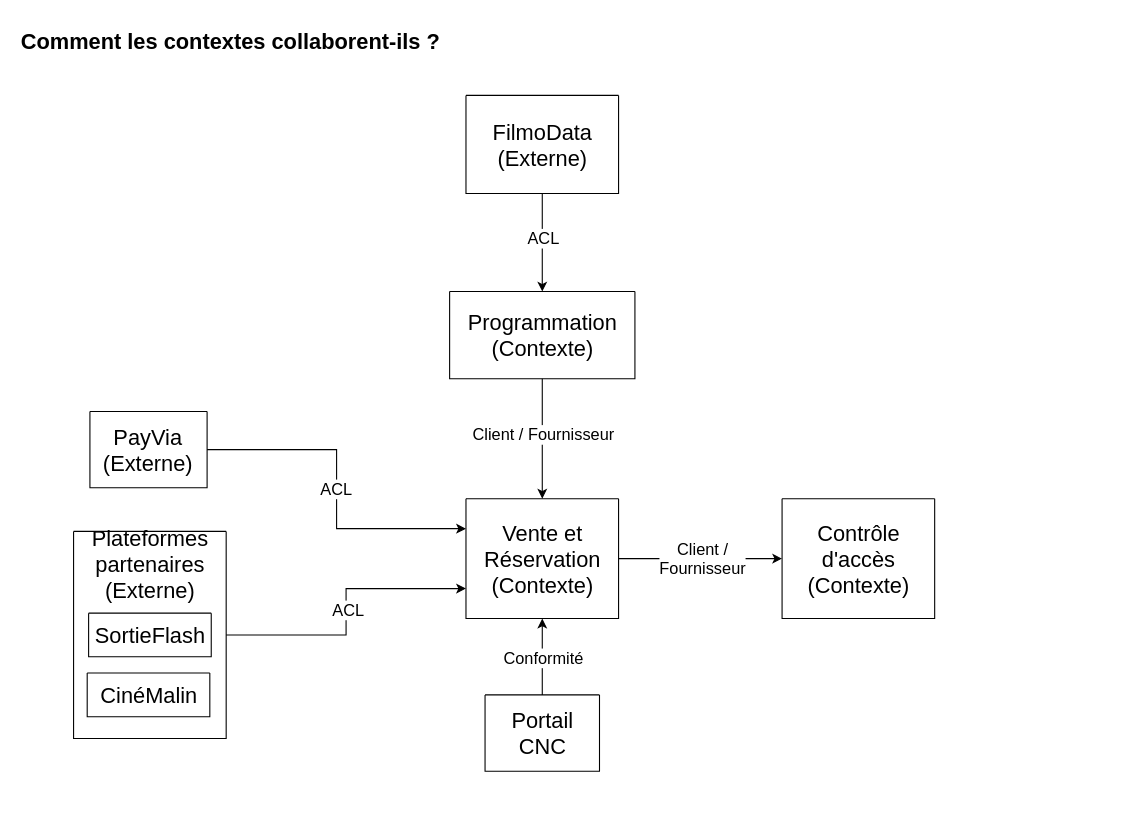
Lucie005/ecrans-villeneuve-equipe1 keeps this draw.io diagram as docs/diagrammes/2-context-map.drawio. Above is the earlier version. Source tidied: cells renumbered, new cells numbered last; positions are measured from the earlier drawing's top-left corner, leaving out a move shared by most shapes. Both pictures are drawn from the tidied source at 109%, with x=0, y=0 at pixel (19, 19).
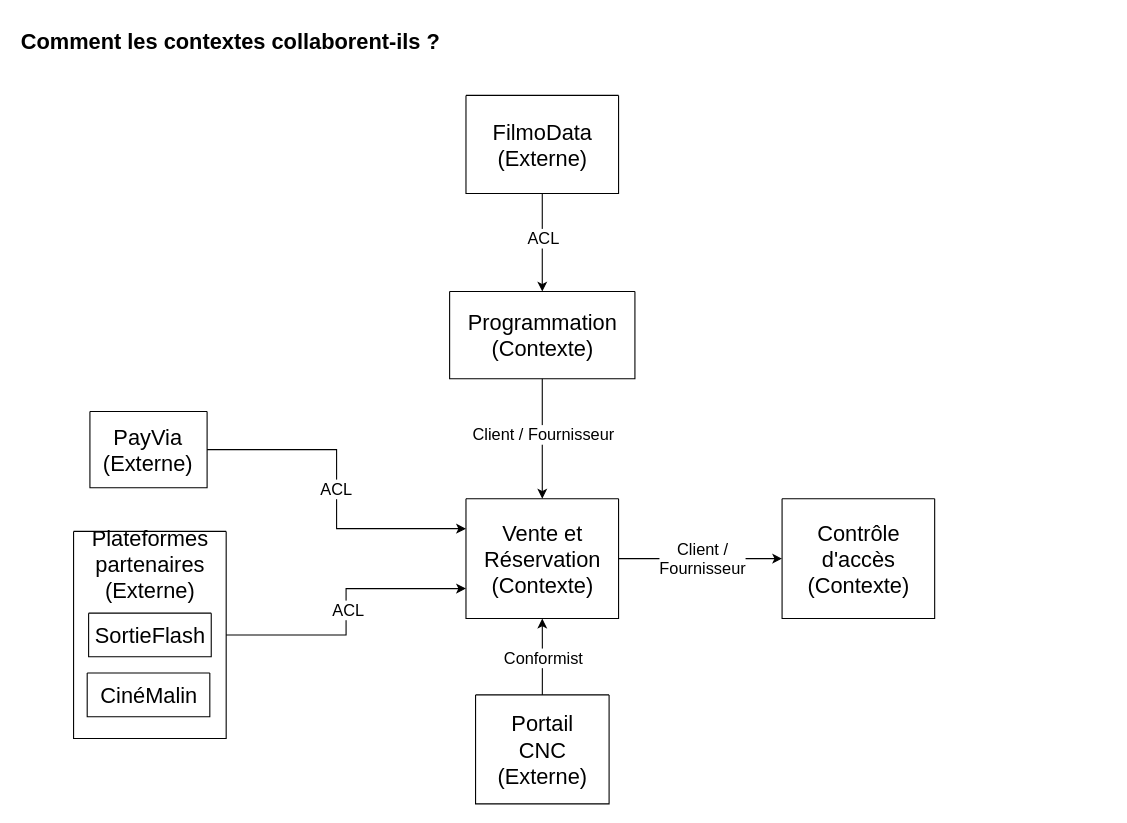
The same diagram, later.

Commit message (it also covers changes not shown here):
Phase 2 : Correction orthographique des diagrammes 1 et 2

The change refers to these unchanged cells:
```xml
<mxCell id="9" style="edgeStyle=orthogonalEdgeStyle;rounded=0;jettySize=auto;html=1;exitX=0.5;exitY=0;exitDx=0;exitDy=0;entryX=0.5;entryY=1;entryDx=0;entryDy=0;" parent="1" edge="1" source="11" target="5">
  <mxGeometry relative="1" as="geometry" />
</mxCell>
```

Change to the diagram source:
```diff
@@
-    <mxCell id="10" value="&lt;font style=&quot;font-size: 15px;&quot;&gt;Conformité&lt;/font&gt;" style="edgeLabel;html=1;align=center;verticalAlign=middle;" parent="9" vertex="1">
+    <mxCell id="10" value="&lt;font style=&quot;font-size: 15px;&quot;&gt;Conformist&lt;/font&gt;" style="edgeLabel;html=1;align=center;verticalAlign=middle;" parent="9" vertex="1">
       <mxGeometry y="-4" relative="1" as="geometry">
         <mxPoint x="-4" as="offset" />
       </mxGeometry>
     </mxCell>
     <mxCell id="11" style="swimlane;startSize=0;" parent="1" vertex="1">
-      <mxGeometry x="427.5" y="620" width="105" height="70" as="geometry" />
+      <mxGeometry x="418.8" y="620" width="122.5" height="100" as="geometry" />
     </mxCell>
-    <mxCell id="12" value="&lt;span style=&quot;font-size: 20px;&quot;&gt;Portail &lt;br&gt;CNC&lt;/span&gt;" style="text;html=1;align=center;verticalAlign=middle;strokeColor=none;fillColor=none;" parent="11" vertex="1">
-      <mxGeometry x="12.5" y="5" width="80" height="60" as="geometry" />
+    <mxCell id="12" value="&lt;span style=&quot;font-size: 20px;&quot;&gt;Portail &lt;br&gt;CNC&lt;br&gt;(Externe)&lt;br&gt;&lt;/span&gt;" style="text;html=1;align=center;verticalAlign=middle;strokeColor=none;fillColor=none;" parent="11" vertex="1">
+      <mxGeometry x="6.2" y="5" width="110" height="90" as="geometry" />
     </mxCell>
```
